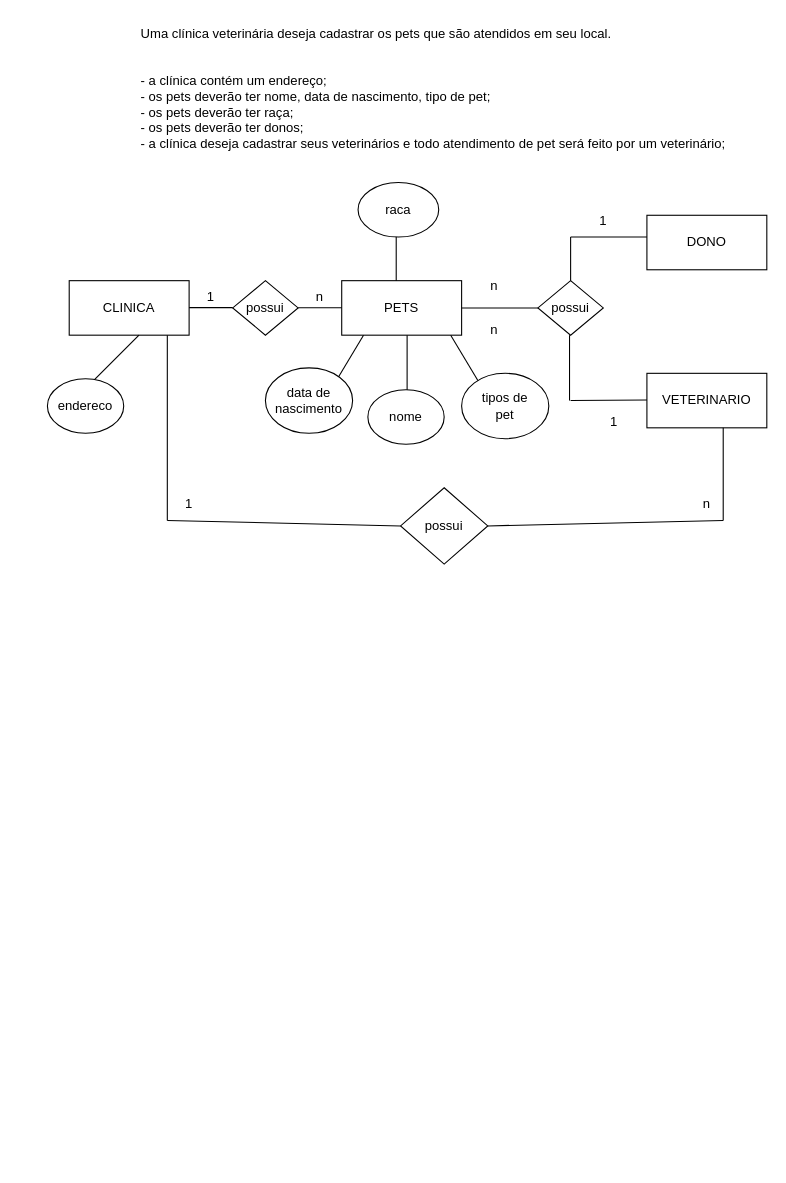
The draw.io diagram sprint1-bd/exercicios/1.3-exercicio-pclinics/1.3-exercicios.drawio in AlbatrozPyt/2S-SENAI-dv, before the edit. Source tidied: cells renumbered, new cells numbered last; positions are measured from the earlier drawing's top-left corner, leaving out a move shared by most shapes. Both pictures are drawn from the tidied source at 109%, with x=0, y=0 at pixel (47, 19).
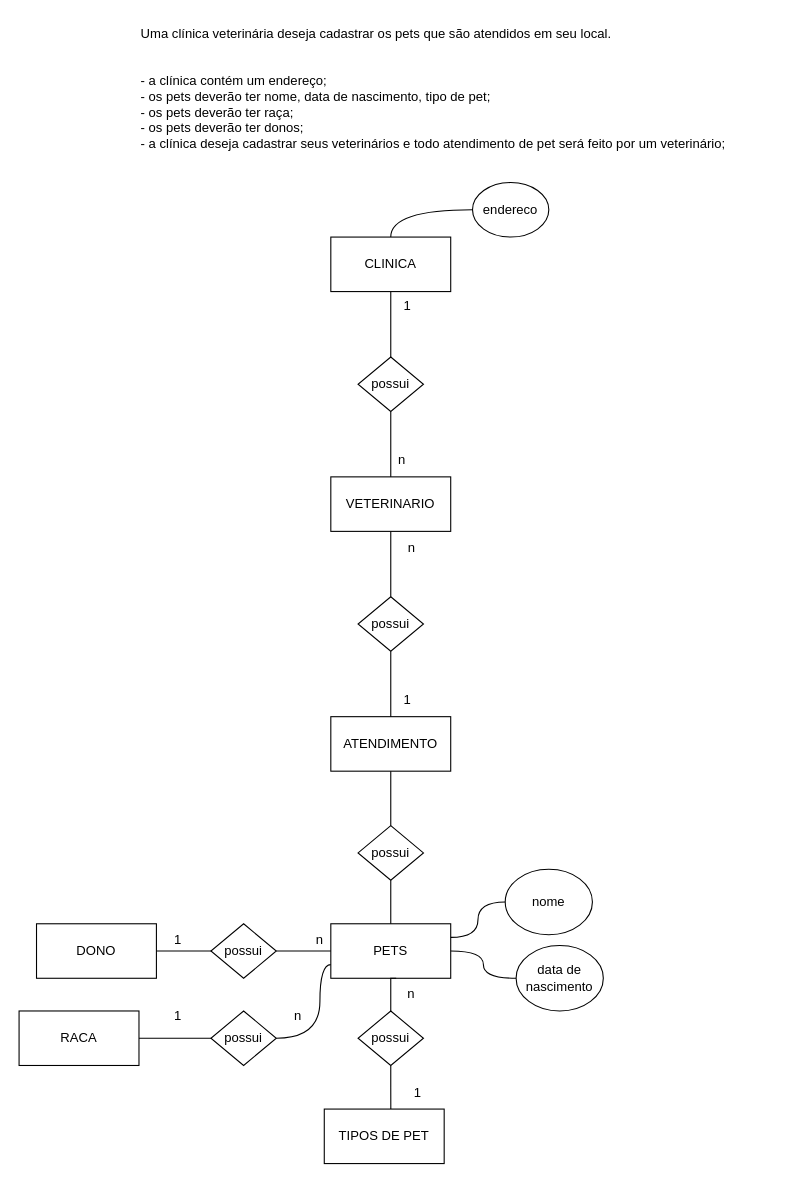
Above is the later version.

What changed in the source:
```diff
@@
+    <mxCell id="47" style="edgeStyle=orthogonalEdgeStyle;rounded=0;jettySize=auto;html=1;entryX=0.5;entryY=0;entryDx=0;entryDy=0;endArrow=none;endFill=0;" parent="1" edge="1" source="3" target="22">
+      <mxGeometry relative="1" as="geometry" />
+    </mxCell>
     <mxCell id="3" value="CLINICA" style="html=1;whiteSpace=wrap;" parent="1" vertex="1">
-      <mxGeometry x="20" y="240" width="110" height="50" as="geometry" />
+      <mxGeometry x="260" y="200" width="110" height="50" as="geometry" />
     </mxCell>
-    <mxCell id="4" style="endArrow=none;html=1;rounded=0;" parent="1" edge="1">
-      <mxGeometry relative="1" as="geometry">
-        <mxPoint x="34" y="340" as="sourcePoint" />
-        <mxPoint x="84" y="290" as="targetPoint" />
-      </mxGeometry>
-    </mxCell>
+    <mxCell id="48" style="edgeStyle=orthogonalEdgeStyle;rounded=0;jettySize=auto;html=1;entryX=0.5;entryY=0;entryDx=0;entryDy=0;endArrow=none;endFill=0;curved=1;" parent="1" edge="1" source="5" target="3">
+      <mxGeometry relative="1" as="geometry" />
+    </mxCell>
-    <mxCell id="5" style="ellipse;whiteSpace=wrap;html=1;" parent="1" vertex="1">
-      <mxGeometry y="330" width="70" height="50" as="geometry" />
+    <mxCell id="5" value="endereco" style="ellipse;whiteSpace=wrap;html=1;" parent="1" vertex="1">
+      <mxGeometry x="390" y="150" width="70" height="50" as="geometry" />
     </mxCell>
-    <mxCell id="6" value="endereco" style="text;html=1;strokeColor=none;fillColor=none;align=center;verticalAlign=middle;whiteSpace=wrap;rounded=0;" parent="1" vertex="1">
-      <mxGeometry x="5" y="340" width="60" height="30" as="geometry" />
-    </mxCell>
+    <mxCell id="49" style="edgeStyle=orthogonalEdgeStyle;rounded=0;jettySize=auto;html=1;entryX=1;entryY=0.5;entryDx=0;entryDy=0;curved=1;exitX=0;exitY=0.75;exitDx=0;exitDy=0;endArrow=none;endFill=0;" parent="1" edge="1" source="7" target="70">
+      <mxGeometry relative="1" as="geometry">
+        <Array as="points">
+          <mxPoint x="250" y="868" />
+          <mxPoint x="250" y="935" />
+        </Array>
+      </mxGeometry>
+    </mxCell>
     <mxCell id="7" value="PETS" style="html=1;whiteSpace=wrap;" parent="1" vertex="1">
-      <mxGeometry x="270" y="240" width="110" height="50" as="geometry" />
+      <mxGeometry x="260" y="830" width="110" height="50" as="geometry" />
     </mxCell>
-    <mxCell id="8" style="endArrow=none;html=1;rounded=0;" parent="1" edge="1">
-      <mxGeometry relative="1" as="geometry">
-        <mxPoint x="330" y="350" as="sourcePoint" />
-        <mxPoint x="330" y="290" as="targetPoint" />
-      </mxGeometry>
-    </mxCell>
+    <mxCell id="50" style="edgeStyle=orthogonalEdgeStyle;rounded=0;jettySize=auto;html=1;entryX=1;entryY=0.25;entryDx=0;entryDy=0;endArrow=none;endFill=0;curved=1;" parent="1" edge="1" source="9" target="7">
+      <mxGeometry relative="1" as="geometry" />
+    </mxCell>
-    <mxCell id="9" style="ellipse;whiteSpace=wrap;html=1;" parent="1" vertex="1">
-      <mxGeometry x="294" y="340" width="70" height="50" as="geometry" />
+    <mxCell id="9" value="nome" style="ellipse;whiteSpace=wrap;html=1;" parent="1" vertex="1">
+      <mxGeometry x="420" y="780" width="80" height="60" as="geometry" />
     </mxCell>
-    <mxCell id="10" value="nome" style="text;html=1;strokeColor=none;fillColor=none;align=center;verticalAlign=middle;whiteSpace=wrap;rounded=0;" parent="1" vertex="1">
-      <mxGeometry x="299" y="350" width="60" height="30" as="geometry" />
-    </mxCell>
-    <mxCell id="11" style="endArrow=none;html=1;rounded=0;" parent="1" edge="1">
-      <mxGeometry relative="1" as="geometry">
-        <mxPoint x="260" y="340" as="sourcePoint" />
-        <mxPoint x="290" y="290" as="targetPoint" />
-      </mxGeometry>
-    </mxCell>
+    <mxCell id="51" style="edgeStyle=orthogonalEdgeStyle;rounded=0;jettySize=auto;html=1;entryX=1;entryY=0.5;entryDx=0;entryDy=0;endArrow=none;endFill=0;curved=1;" parent="1" edge="1" source="12" target="7">
+      <mxGeometry relative="1" as="geometry" />
+    </mxCell>
-    <mxCell id="12" style="ellipse;whiteSpace=wrap;html=1;" parent="1" vertex="1">
-      <mxGeometry x="200" y="320" width="80" height="60" as="geometry" />
+    <mxCell id="12" value="data de nascimento" style="ellipse;whiteSpace=wrap;html=1;" parent="1" vertex="1">
+      <mxGeometry x="430" y="850" width="80" height="60" as="geometry" />
     </mxCell>
-    <mxCell id="13" value="data de nascimento" style="text;html=1;strokeColor=none;fillColor=none;align=center;verticalAlign=middle;whiteSpace=wrap;rounded=0;" parent="1" vertex="1">
-      <mxGeometry x="210" y="335" width="60" height="30" as="geometry" />
-    </mxCell>
-    <mxCell id="14" style="endArrow=none;html=1;rounded=0;" parent="1" edge="1">
-      <mxGeometry relative="1" as="geometry">
-        <mxPoint x="400" y="340" as="sourcePoint" />
-        <mxPoint x="370" y="290" as="targetPoint" />
-      </mxGeometry>
-    </mxCell>
-    <mxCell id="15" style="ellipse;whiteSpace=wrap;html=1;" parent="1" vertex="1">
-      <mxGeometry x="380" y="325" width="80" height="60" as="geometry" />
-    </mxCell>
-    <mxCell id="16" value="tipos de pet" style="text;html=1;strokeColor=none;fillColor=none;align=center;verticalAlign=middle;whiteSpace=wrap;rounded=0;" parent="1" vertex="1">
-      <mxGeometry x="390" y="340" width="60" height="30" as="geometry" />
-    </mxCell>
+    <mxCell id="52" style="edgeStyle=orthogonalEdgeStyle;rounded=0;jettySize=auto;html=1;entryX=0;entryY=0.5;entryDx=0;entryDy=0;endArrow=none;endFill=0;" parent="1" edge="1" source="17" target="33">
+      <mxGeometry relative="1" as="geometry" />
+    </mxCell>
     <mxCell id="17" value="DONO" style="html=1;whiteSpace=wrap;" parent="1" vertex="1">
-      <mxGeometry x="550" y="180" width="110" height="50" as="geometry" />
+      <mxGeometry x="-10" y="830" width="110" height="50" as="geometry" />
     </mxCell>
-    <mxCell id="18" style="endArrow=none;html=1;rounded=0;" parent="1" edge="1">
-      <mxGeometry relative="1" as="geometry">
-        <mxPoint x="320" y="240" as="sourcePoint" />
-        <mxPoint x="320" y="190" as="targetPoint" />
-      </mxGeometry>
-    </mxCell>
-    <mxCell id="19" style="ellipse;whiteSpace=wrap;html=1;" parent="1" vertex="1">
-      <mxGeometry x="285" y="150" width="74" height="50" as="geometry" />
-    </mxCell>
-    <mxCell id="20" value="raca" style="text;html=1;strokeColor=none;fillColor=none;align=center;verticalAlign=middle;whiteSpace=wrap;rounded=0;" parent="1" vertex="1">
-      <mxGeometry x="292" y="160" width="60" height="30" as="geometry" />
-    </mxCell>
+    <mxCell id="53" style="edgeStyle=orthogonalEdgeStyle;rounded=0;jettySize=auto;html=1;entryX=0.5;entryY=1;entryDx=0;entryDy=0;endArrow=none;endFill=0;" parent="1" edge="1" source="21" target="22">
+      <mxGeometry relative="1" as="geometry" />
+    </mxCell>
     <mxCell id="21" value="VETERINARIO" style="html=1;whiteSpace=wrap;" parent="1" vertex="1">
-      <mxGeometry x="550" y="325" width="110" height="50" as="geometry" />
+      <mxGeometry x="260" y="420" width="110" height="50" as="geometry" />
     </mxCell>
-    <mxCell id="22" style="rhombus;whiteSpace=wrap;html=1;" parent="1" vertex="1">
-      <mxGeometry x="450" y="240" width="60" height="50" as="geometry" />
+    <mxCell id="22" value="possui" style="rhombus;whiteSpace=wrap;html=1;" parent="1" vertex="1">
+      <mxGeometry x="285" y="310" width="60" height="50" as="geometry" />
     </mxCell>
-    <mxCell id="23" value="possui" style="text;html=1;strokeColor=none;fillColor=none;align=center;verticalAlign=middle;whiteSpace=wrap;rounded=0;" parent="1" vertex="1">
-      <mxGeometry x="450" y="250" width="60" height="30" as="geometry" />
-    </mxCell>
-    <mxCell id="24" style="endArrow=none;html=1;rounded=0;" parent="1" edge="1">
-      <mxGeometry relative="1" as="geometry">
-        <mxPoint x="480" y="200" as="sourcePoint" />
-        <mxPoint x="550" y="200" as="targetPoint" />
-      </mxGeometry>
-    </mxCell>
-    <mxCell id="25" style="endArrow=none;html=1;rounded=0;exitX=0.5;exitY=0;exitDx=0;exitDy=0;" parent="1" edge="1" source="22">
-      <mxGeometry relative="1" as="geometry">
-        <mxPoint x="480" y="200" as="targetPoint" />
-      </mxGeometry>
-    </mxCell>
-    <mxCell id="26" style="endArrow=none;html=1;rounded=0;entryX=0;entryY=0.5;entryDx=0;entryDy=0;exitX=1;exitY=0.5;exitDx=0;exitDy=0;" parent="1" edge="1" source="7" target="23">
-      <mxGeometry relative="1" as="geometry" />
-    </mxCell>
-    <mxCell id="27" value="1" style="text;html=1;strokeColor=none;fillColor=none;align=center;verticalAlign=middle;whiteSpace=wrap;rounded=0;" parent="1" vertex="1">
-      <mxGeometry x="480" y="170" width="60" height="30" as="geometry" />
-    </mxCell>
-    <mxCell id="28" value="n" style="text;html=1;strokeColor=none;fillColor=none;align=center;verticalAlign=middle;whiteSpace=wrap;rounded=0;" parent="1" vertex="1">
-      <mxGeometry x="380" y="230" width="60" height="30" as="geometry" />
-    </mxCell>
-    <mxCell id="29" style="endArrow=none;html=1;rounded=0;" parent="1" edge="1">
-      <mxGeometry relative="1" as="geometry">
-        <mxPoint x="480" y="350" as="sourcePoint" />
-        <mxPoint x="550" y="349.5" as="targetPoint" />
-      </mxGeometry>
-    </mxCell>
-    <mxCell id="30" style="endArrow=none;html=1;rounded=0;" parent="1" edge="1">
-      <mxGeometry relative="1" as="geometry">
-        <mxPoint x="479" y="350" as="sourcePoint" />
-        <mxPoint x="479" y="290" as="targetPoint" />
-      </mxGeometry>
-    </mxCell>
-    <mxCell id="31" value="1" style="text;html=1;strokeColor=none;fillColor=none;align=center;verticalAlign=middle;whiteSpace=wrap;rounded=0;" parent="1" vertex="1">
-      <mxGeometry x="490" y="355" width="60" height="30" as="geometry" />
-    </mxCell>
-    <mxCell id="32" value="n" style="text;html=1;strokeColor=none;fillColor=none;align=center;verticalAlign=middle;whiteSpace=wrap;rounded=0;" parent="1" vertex="1">
-      <mxGeometry x="380" y="270" width="60" height="30" as="geometry" />
-    </mxCell>
+    <mxCell id="54" style="edgeStyle=orthogonalEdgeStyle;rounded=0;jettySize=auto;html=1;endArrow=none;endFill=0;entryX=0;entryY=0.5;entryDx=0;entryDy=0;" parent="1" edge="1" source="33" target="7">
+      <mxGeometry relative="1" as="geometry" />
+    </mxCell>
-    <mxCell id="33" style="rhombus;whiteSpace=wrap;html=1;" parent="1" vertex="1">
-      <mxGeometry x="170" y="240" width="60" height="50" as="geometry" />
+    <mxCell id="33" value="possui" style="rhombus;whiteSpace=wrap;html=1;" parent="1" vertex="1">
+      <mxGeometry x="150" y="830" width="60" height="50" as="geometry" />
     </mxCell>
-    <mxCell id="34" value="possui" style="text;html=1;strokeColor=none;fillColor=none;align=center;verticalAlign=middle;whiteSpace=wrap;rounded=0;" parent="1" vertex="1">
-      <mxGeometry x="170" y="250" width="60" height="30" as="geometry" />
-    </mxCell>
-    <mxCell id="35" style="endArrow=none;html=1;rounded=0;" parent="1" edge="1">
-      <mxGeometry relative="1" as="geometry">
-        <mxPoint x="230" y="264.8" as="sourcePoint" />
-        <mxPoint x="270" y="264.8" as="targetPoint" />
-      </mxGeometry>
-    </mxCell>
-    <mxCell id="36" style="endArrow=none;html=1;rounded=0;" parent="1" edge="1">
-      <mxGeometry relative="1" as="geometry">
-        <mxPoint x="130" y="264.7" as="sourcePoint" />
-        <mxPoint x="170" y="264.7" as="targetPoint" />
-      </mxGeometry>
-    </mxCell>
-    <mxCell id="37" value="1" style="text;html=1;strokeColor=none;fillColor=none;align=center;verticalAlign=middle;whiteSpace=wrap;rounded=0;" parent="1" vertex="1">
-      <mxGeometry x="120" y="240" width="60" height="30" as="geometry" />
-    </mxCell>
-    <mxCell id="38" value="n" style="text;html=1;strokeColor=none;fillColor=none;align=center;verticalAlign=middle;whiteSpace=wrap;rounded=0;" parent="1" vertex="1">
-      <mxGeometry x="220" y="240" width="60" height="30" as="geometry" />
-    </mxCell>
-    <mxCell id="39" style="rhombus;whiteSpace=wrap;html=1;" parent="1" vertex="1">
-      <mxGeometry x="324" y="430" width="80" height="70" as="geometry" />
-    </mxCell>
-    <mxCell id="40" value="possui" style="text;html=1;strokeColor=none;fillColor=none;align=center;verticalAlign=middle;whiteSpace=wrap;rounded=0;" parent="1" vertex="1">
-      <mxGeometry x="334" y="450" width="60" height="30" as="geometry" />
-    </mxCell>
-    <mxCell id="41" style="endArrow=none;html=1;rounded=0;entryX=0;entryY=0.5;entryDx=0;entryDy=0;" parent="1" edge="1" target="39">
-      <mxGeometry relative="1" as="geometry">
-        <mxPoint x="110" y="460" as="sourcePoint" />
-      </mxGeometry>
-    </mxCell>
-    <mxCell id="42" style="endArrow=none;html=1;rounded=0;" parent="1" edge="1">
-      <mxGeometry relative="1" as="geometry">
-        <mxPoint x="110" y="460" as="sourcePoint" />
-        <mxPoint x="110" y="290" as="targetPoint" />
-      </mxGeometry>
-    </mxCell>
-    <mxCell id="43" style="endArrow=none;html=1;rounded=0;exitX=1;exitY=0.5;exitDx=0;exitDy=0;" parent="1" edge="1" source="39">
-      <mxGeometry relative="1" as="geometry">
-        <mxPoint x="620" y="460" as="targetPoint" />
-      </mxGeometry>
-    </mxCell>
-    <mxCell id="44" style="endArrow=none;html=1;rounded=0;" parent="1" edge="1">
-      <mxGeometry relative="1" as="geometry">
-        <mxPoint x="620" y="460" as="sourcePoint" />
-        <mxPoint x="620" y="375" as="targetPoint" />
-      </mxGeometry>
-    </mxCell>
-    <mxCell id="45" value="1" style="text;html=1;strokeColor=none;fillColor=none;align=center;verticalAlign=middle;whiteSpace=wrap;rounded=0;" parent="1" vertex="1">
-      <mxGeometry x="100" y="430" width="60" height="30" as="geometry" />
-    </mxCell>
-    <mxCell id="46" value="n" style="text;html=1;strokeColor=none;fillColor=none;align=center;verticalAlign=middle;whiteSpace=wrap;rounded=0;" parent="1" vertex="1">
-      <mxGeometry x="575" y="430" width="60" height="30" as="geometry" />
-    </mxCell>
+    <mxCell id="55" value="TIPOS DE PET" style="html=1;whiteSpace=wrap;" parent="1" vertex="1">
+      <mxGeometry x="254" y="1000" width="110" height="50" as="geometry" />
+    </mxCell>
+    <mxCell id="56" style="edgeStyle=orthogonalEdgeStyle;rounded=0;jettySize=auto;html=1;entryX=0;entryY=0.5;entryDx=0;entryDy=0;endArrow=none;endFill=0;" parent="1" edge="1" source="57" target="70">
+      <mxGeometry relative="1" as="geometry" />
+    </mxCell>
+    <mxCell id="57" value="RACA" style="html=1;whiteSpace=wrap;" parent="1" vertex="1">
+      <mxGeometry x="-26" y="910" width="110" height="50" as="geometry" />
+    </mxCell>
+    <mxCell id="58" value="ATENDIMENTO" style="html=1;whiteSpace=wrap;" parent="1" vertex="1">
+      <mxGeometry x="260" y="640" width="110" height="50" as="geometry" />
+    </mxCell>
+    <mxCell id="59" style="edgeStyle=orthogonalEdgeStyle;rounded=0;jettySize=auto;html=1;entryX=0.5;entryY=0;entryDx=0;entryDy=0;endArrow=none;endFill=0;exitX=0.5;exitY=1;exitDx=0;exitDy=0;" parent="1" edge="1" source="21" target="61">
+      <mxGeometry relative="1" as="geometry" />
+    </mxCell>
+    <mxCell id="60" style="edgeStyle=orthogonalEdgeStyle;rounded=0;jettySize=auto;html=1;entryX=0.5;entryY=1;entryDx=0;entryDy=0;endArrow=none;endFill=0;exitX=0.5;exitY=0;exitDx=0;exitDy=0;" parent="1" edge="1" source="58" target="61">
+      <mxGeometry relative="1" as="geometry" />
+    </mxCell>
+    <mxCell id="61" value="possui" style="rhombus;whiteSpace=wrap;html=1;" parent="1" vertex="1">
+      <mxGeometry x="285" y="530" width="60" height="50" as="geometry" />
+    </mxCell>
+    <mxCell id="62" style="edgeStyle=orthogonalEdgeStyle;rounded=0;jettySize=auto;html=1;entryX=0.5;entryY=0;entryDx=0;entryDy=0;endArrow=none;endFill=0;exitX=0.5;exitY=1;exitDx=0;exitDy=0;" parent="1" edge="1" source="58" target="64">
+      <mxGeometry relative="1" as="geometry" />
+    </mxCell>
+    <mxCell id="63" style="edgeStyle=orthogonalEdgeStyle;rounded=0;jettySize=auto;html=1;entryX=0.5;entryY=1;entryDx=0;entryDy=0;endArrow=none;endFill=0;exitX=0.5;exitY=0;exitDx=0;exitDy=0;" parent="1" edge="1" source="7" target="64">
+      <mxGeometry relative="1" as="geometry" />
+    </mxCell>
+    <mxCell id="64" value="possui" style="rhombus;whiteSpace=wrap;html=1;" parent="1" vertex="1">
+      <mxGeometry x="285" y="740" width="60" height="50" as="geometry" />
+    </mxCell>
+    <mxCell id="65" style="edgeStyle=orthogonalEdgeStyle;rounded=0;jettySize=auto;html=1;entryX=0.5;entryY=0;entryDx=0;entryDy=0;endArrow=none;endFill=0;exitX=0.545;exitY=1;exitDx=0;exitDy=0;exitPerimeter=0;" parent="1" edge="1" source="7" target="67">
+      <mxGeometry relative="1" as="geometry" />
+    </mxCell>
+    <mxCell id="66" style="edgeStyle=orthogonalEdgeStyle;rounded=0;jettySize=auto;html=1;entryX=0.555;entryY=0;entryDx=0;entryDy=0;entryPerimeter=0;endArrow=none;endFill=0;" parent="1" edge="1" source="67" target="55">
+      <mxGeometry relative="1" as="geometry" />
+    </mxCell>
+    <mxCell id="67" value="possui" style="rhombus;whiteSpace=wrap;html=1;" parent="1" vertex="1">
+      <mxGeometry x="285" y="910" width="60" height="50" as="geometry" />
+    </mxCell>
+    <mxCell id="68" value="1" style="text;html=1;align=center;verticalAlign=middle;strokeColor=none;fillColor=none;" parent="1" vertex="1">
+      <mxGeometry x="315" y="248" width="30" height="30" as="geometry" />
+    </mxCell>
+    <mxCell id="69" value="n" style="text;html=1;align=center;verticalAlign=middle;strokeColor=none;fillColor=none;" parent="1" vertex="1">
+      <mxGeometry x="310" y="390" width="30" height="30" as="geometry" />
+    </mxCell>
+    <mxCell id="70" value="possui" style="rhombus;whiteSpace=wrap;html=1;" parent="1" vertex="1">
+      <mxGeometry x="150" y="910" width="60" height="50" as="geometry" />
+    </mxCell>
+    <mxCell id="71" value="1" style="text;html=1;strokeColor=none;fillColor=none;align=center;verticalAlign=middle;whiteSpace=wrap;rounded=0;" parent="1" vertex="1">
+      <mxGeometry x="90" y="830" width="60" height="30" as="geometry" />
+    </mxCell>
+    <mxCell id="72" value="n" style="text;html=1;strokeColor=none;fillColor=none;align=center;verticalAlign=middle;whiteSpace=wrap;rounded=0;" parent="1" vertex="1">
+      <mxGeometry x="220" y="830" width="60" height="30" as="geometry" />
+    </mxCell>
+    <mxCell id="73" value="n" style="text;html=1;strokeColor=none;fillColor=none;align=center;verticalAlign=middle;whiteSpace=wrap;rounded=0;" parent="1" vertex="1">
+      <mxGeometry x="304" y="880" width="60" height="30" as="geometry" />
+    </mxCell>
+    <mxCell id="74" value="1" style="text;html=1;strokeColor=none;fillColor=none;align=center;verticalAlign=middle;whiteSpace=wrap;rounded=0;" parent="1" vertex="1">
+      <mxGeometry x="310" y="970" width="60" height="30" as="geometry" />
+    </mxCell>
+    <mxCell id="75" value="n" style="text;html=1;align=center;verticalAlign=middle;strokeColor=none;fillColor=none;" parent="1" vertex="1">
+      <mxGeometry x="319" y="470" width="30" height="30" as="geometry" />
+    </mxCell>
+    <mxCell id="76" value="1" style="text;html=1;align=center;verticalAlign=middle;strokeColor=none;fillColor=none;" parent="1" vertex="1">
+      <mxGeometry x="315" y="610" width="30" height="30" as="geometry" />
+    </mxCell>
+    <mxCell id="77" value="n" style="text;html=1;strokeColor=none;fillColor=none;align=center;verticalAlign=middle;whiteSpace=wrap;rounded=0;" parent="1" vertex="1">
+      <mxGeometry x="200" y="900" width="60" height="30" as="geometry" />
+    </mxCell>
+    <mxCell id="78" value="1" style="text;html=1;strokeColor=none;fillColor=none;align=center;verticalAlign=middle;whiteSpace=wrap;rounded=0;" parent="1" vertex="1">
+      <mxGeometry x="90" y="900" width="60" height="30" as="geometry" />
+    </mxCell>
```
